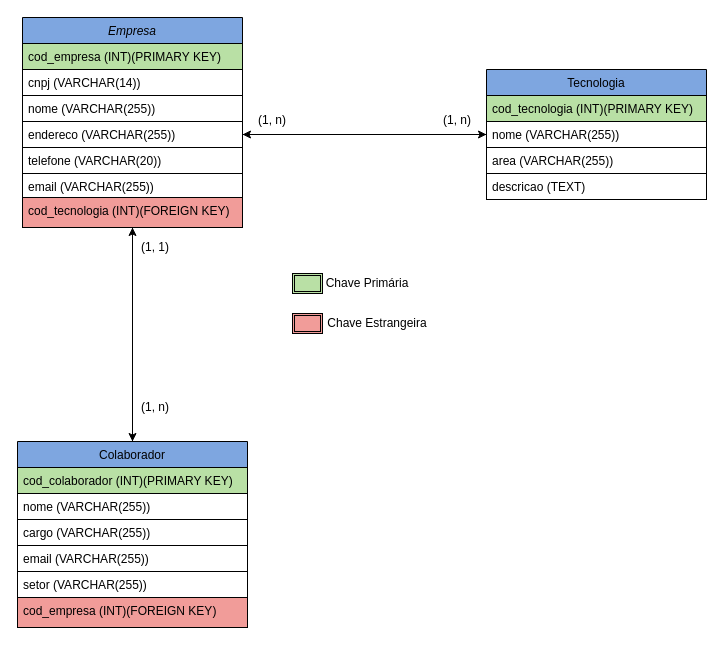
Earlier version of the draw.io diagram Modelo Lógico.drawio (Juevan/Projeto_Individual_M2_CNSEG). Source tidied: cells renumbered, new cells numbered last; positions are measured from the earlier drawing's top-left corner, leaving out a move shared by most shapes. Both pictures are drawn from the tidied source at 100%, with x=0, y=0 at pixel (17, 17).
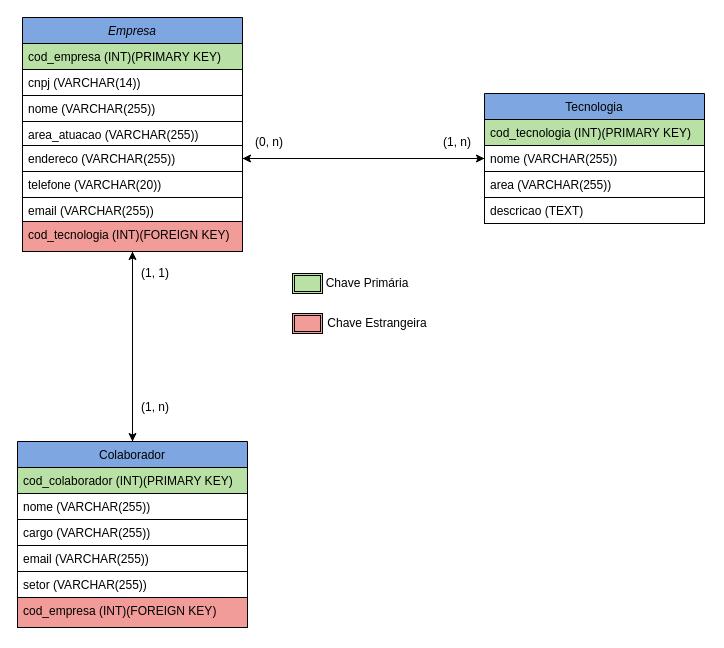
Above is the later version.

Commit message (it also covers changes not shown here):
Correção no modelo Lógico, adição do exemplo de registros do banco, e adição do modelo conceitual

Diff of the diagram source:
```diff
@@
     <mxCell id="3" value="Empresa" style="swimlane;fontStyle=2;align=center;verticalAlign=top;horizontal=1;startSize=26;rounded=0;shadow=0;strokeWidth=1;fillColor=#7EA6E0;" parent="1" vertex="1">
-      <mxGeometry x="5" width="220" height="210" as="geometry" />
+      <mxGeometry x="5" width="220" height="234" as="geometry" />
     </mxCell>
@@
+    <mxCell id="35" value="area_atuacao (VARCHAR(255))" style="text;align=left;verticalAlign=top;spacingLeft=4;spacingRight=4;overflow=hidden;rounded=0;shadow=0;html=0;strokeColor=default;" parent="3" vertex="1">
+      <mxGeometry y="104" width="220" height="24" as="geometry" />
+    </mxCell>
     <mxCell id="7" value="endereco (VARCHAR(255))" style="text;align=left;verticalAlign=top;spacingLeft=4;spacingRight=4;overflow=hidden;points=[[0,0.5],[1,0.5]];portConstraint=eastwest;rounded=0;shadow=0;html=0;strokeColor=default;" parent="3" vertex="1">
-      <mxGeometry y="104" width="220" height="26" as="geometry" />
+      <mxGeometry y="128" width="220" height="26" as="geometry" />
     </mxCell>
     <mxCell id="8" value="telefone (VARCHAR(20))" style="text;align=left;verticalAlign=top;spacingLeft=4;spacingRight=4;overflow=hidden;rounded=0;shadow=0;html=0;strokeColor=default;" parent="3" vertex="1">
-      <mxGeometry y="130" width="220" height="26" as="geometry" />
+      <mxGeometry y="154" width="220" height="26" as="geometry" />
     </mxCell>
     <mxCell id="9" value="email (VARCHAR(255))" style="text;align=left;verticalAlign=top;spacingLeft=4;spacingRight=4;overflow=hidden;rounded=0;shadow=0;html=0;strokeColor=default;" parent="3" vertex="1">
-      <mxGeometry y="156" width="220" height="24" as="geometry" />
+      <mxGeometry y="180" width="220" height="24" as="geometry" />
     </mxCell>
     <mxCell id="10" value="cod_tecnologia (INT)(FOREIGN KEY)" style="text;align=left;verticalAlign=top;spacingLeft=4;spacingRight=4;overflow=hidden;rounded=0;shadow=0;html=0;strokeColor=default;labelBackgroundColor=#F19C99;fillColor=#F19C99;" parent="3" vertex="1">
-      <mxGeometry y="180" width="220" height="30" as="geometry" />
+      <mxGeometry y="204" width="220" height="30" as="geometry" />
     </mxCell>
@@
     <mxCell id="19" value="Tecnologia" style="swimlane;fontStyle=0;align=center;verticalAlign=top;horizontal=1;startSize=26;rounded=0;shadow=0;strokeWidth=1;labelBackgroundColor=#7EA6E0;fillColor=#7EA6E0;" parent="1" vertex="1">
-      <mxGeometry x="469" y="52" width="220" height="130" as="geometry" />
+      <mxGeometry x="467" y="76" width="220" height="130" as="geometry" />
     </mxCell>
@@
     <mxCell id="24" value="(1, n)" style="text;html=1;align=center;verticalAlign=middle;whiteSpace=wrap;rounded=0;" parent="1" vertex="1">
-      <mxGeometry x="425" y="93" width="30" height="20" as="geometry" />
+      <mxGeometry x="425" y="115" width="30" height="20" as="geometry" />
     </mxCell>
-    <mxCell id="25" value="(1, n)" style="text;html=1;align=center;verticalAlign=middle;whiteSpace=wrap;rounded=0;" parent="1" vertex="1">
-      <mxGeometry x="240" y="93" width="30" height="20" as="geometry" />
+    <mxCell id="25" value="(0, n)" style="text;html=1;align=center;verticalAlign=middle;whiteSpace=wrap;rounded=0;" parent="1" vertex="1">
+      <mxGeometry x="237" y="115" width="30" height="20" as="geometry" />
     </mxCell>
     <mxCell id="26" value="(1, 1)" style="text;html=1;align=center;verticalAlign=middle;whiteSpace=wrap;rounded=0;" parent="1" vertex="1">
-      <mxGeometry x="123" y="220" width="30" height="20" as="geometry" />
+      <mxGeometry x="123" y="246" width="30" height="20" as="geometry" />
     </mxCell>
```
